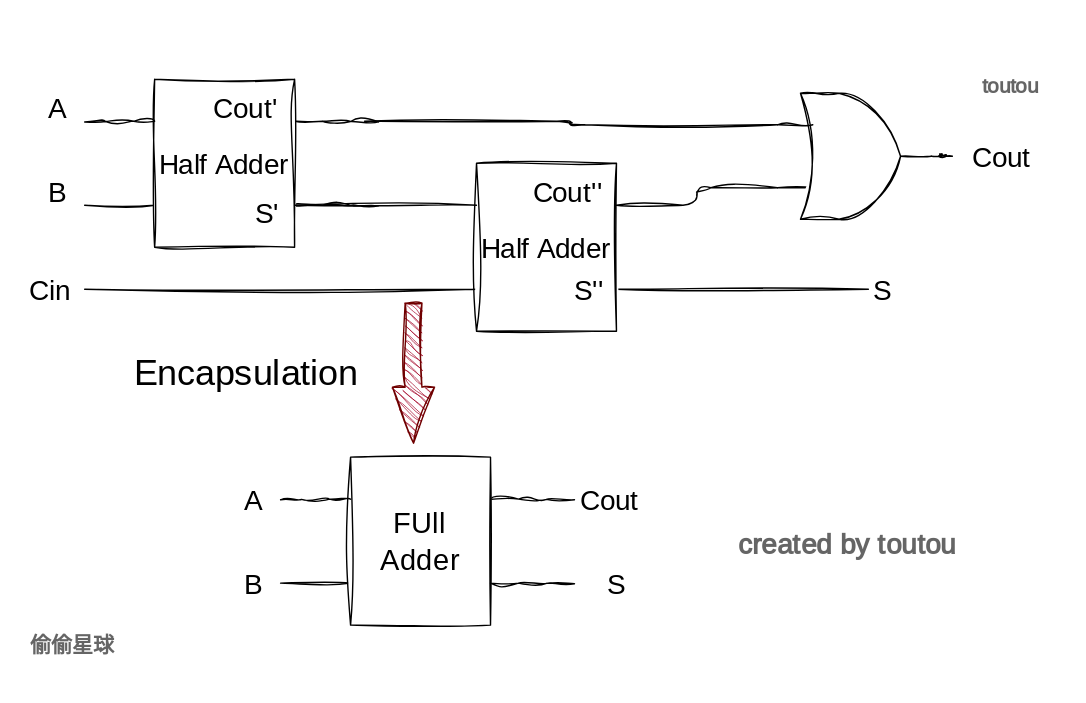
Before: img/DC/fa3.drawio.svg, a diagram exported from draw.io (Khan3x/khan3x.github.io). Source tidied: cells renumbered, new cells last; positions are measured from the earlier drawing's top-left corner, leaving out a move shared by most shapes.
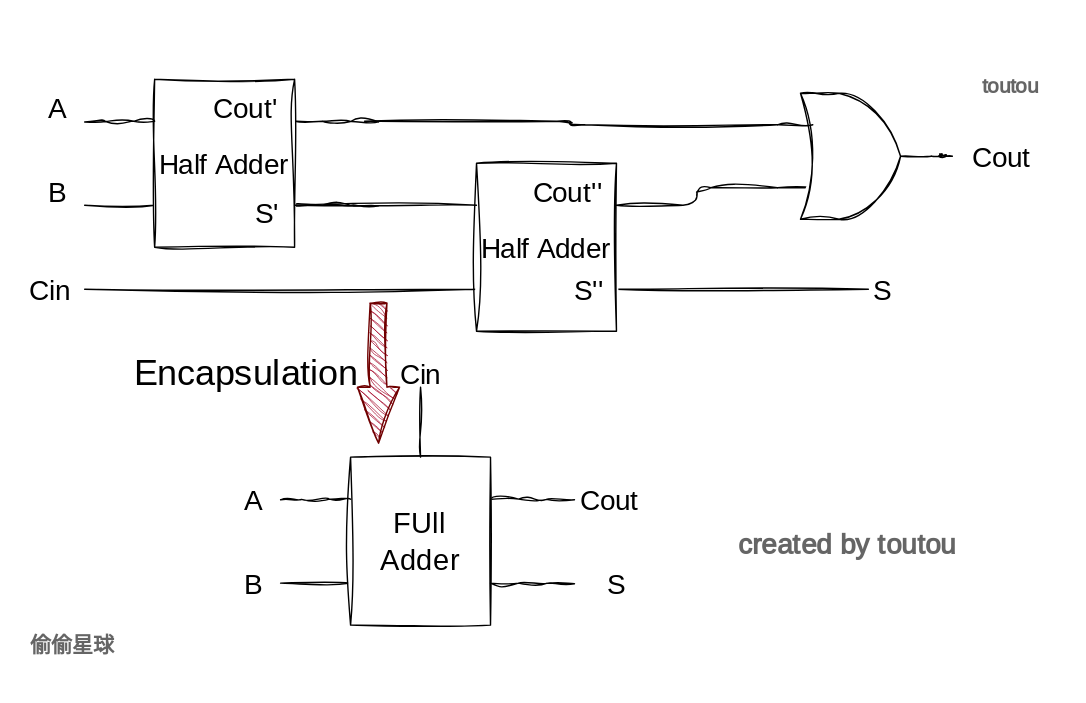
After the change.

The edit, as a diff of the source:
```diff
@@ -81,7 +81,7 @@
       <mxGeometry x="400" y="150" width="40" height="40" as="geometry" />
     </mxCell>
     <mxCell id="24" style="shape=singleArrow;whiteSpace=wrap;html=1;arrowWidth=0.4;arrowSize=0.4;fontSize=20;direction=south;fillColor=#a20025;fontColor=#ffffff;strokeColor=#6F0000;sketch=1;curveFitting=1;jiggle=2;" parent="1" vertex="1">
-      <mxGeometry x="280" y="180" width="30" height="100" as="geometry" />
+      <mxGeometry x="255" y="180" width="30" height="100" as="geometry" />
     </mxCell>
     <mxCell id="25" value="Encapsulation&amp;nbsp;" style="text;html=1;align=center;verticalAlign=middle;strokeColor=none;fillColor=none;fontSize=26;fontFamily=Architects Daughter;hachureGap=4;fontSource=https%3A%2F%2Ffonts.googleapis.com%2Fcss%3Ffamily%3DArchitects%2BDaughter;sketch=1;curveFitting=1;jiggle=2;" parent="1" vertex="1">
       <mxGeometry x="80" y="210" width="190" height="40" as="geometry" />
@@ -106,6 +106,11 @@
         <mxPoint x="410" y="380.5" as="targetPoint" />
       </mxGeometry>
     </mxCell>
+    <mxCell id="38" style="edgeStyle=none;sketch=1;hachureGap=4;jiggle=2;curveFitting=1;html=1;exitX=0;exitY=0.5;exitDx=0;exitDy=0;fontFamily=Architects Daughter;fontSource=https%3A%2F%2Ffonts.googleapis.com%2Fcss%3Ffamily%3DArchitects%2BDaughter;fontSize=16;endArrow=none;endFill=0;" parent="1" edge="1" source="30">
+      <mxGeometry relative="1" as="geometry">
+        <mxPoint x="300" y="240" as="targetPoint" />
+      </mxGeometry>
+    </mxCell>
     <mxCell id="30" value="&lt;font style=&quot;font-size: 21px;&quot;&gt;FUll Adder&lt;/font&gt;" style="rounded=0;whiteSpace=wrap;html=1;hachureGap=4;fontFamily=Architects Daughter;fontSource=https%3A%2F%2Ffonts.googleapis.com%2Fcss%3Ffamily%3DArchitects%2BDaughter;fontSize=20;direction=south;sketch=1;curveFitting=1;jiggle=2;" parent="1" vertex="1">
       <mxGeometry x="250" y="290" width="100" height="120" as="geometry" />
     </mxCell>
@@ -130,5 +135,8 @@
     <mxCell id="37" value="&lt;h1&gt;&lt;font style=&quot;font-size: 20px;&quot;&gt;created by toutou&lt;/font&gt;&lt;br&gt;&lt;/h1&gt;" style="text;html=1;strokeColor=none;fillColor=none;align=center;verticalAlign=middle;whiteSpace=wrap;rounded=0;shadow=1;fontFamily=Architects Daughter;textOpacity=60;fontSource=https%3A%2F%2Ffonts.googleapis.com%2Fcss%3Ffamily%3DArchitects%2BDaughter;sketch=1;curveFitting=1;jiggle=2;labelBackgroundColor=none;fontColor=default;hachureGap=4;fontSize=20;" parent="1" vertex="1">
       <mxGeometry x="440" y="330" width="330" height="30" as="geometry" />
     </mxCell>
+    <mxCell id="39" value="Cin" style="text;html=1;align=center;verticalAlign=middle;strokeColor=none;fillColor=none;fontSize=20;fontFamily=Architects Daughter;sketch=1;hachureGap=4;jiggle=2;curveFitting=1;fontSource=https%3A%2F%2Ffonts.googleapis.com%2Fcss%3Ffamily%3DArchitects%2BDaughter;" parent="1" vertex="1">
+      <mxGeometry x="275" y="210" width="50" height="40" as="geometry" />
+    </mxCell>
   </root>
 </mxGraphModel>
```
